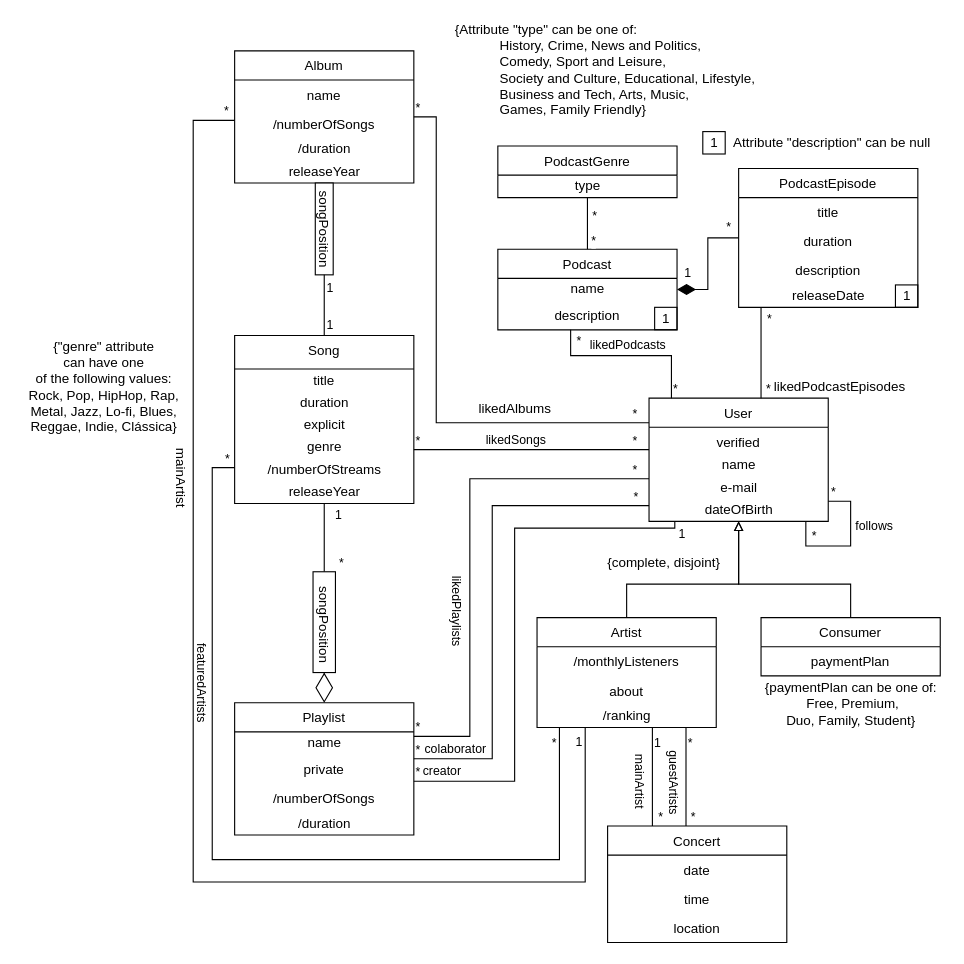
Naapperas/feup-bd keeps this draw.io diagram as page "Page-2" (2 of 2) of 1-delivery/Spotify-class-diag.drawio. Above is the earlier version. Source tidied: cells renumbered, new cells numbered last; positions are measured from the earlier drawing's top-left corner, leaving out a move shared by most shapes. Both pictures are drawn from the tidied source at 112%, with x=0, y=0 at pixel (19, 19).
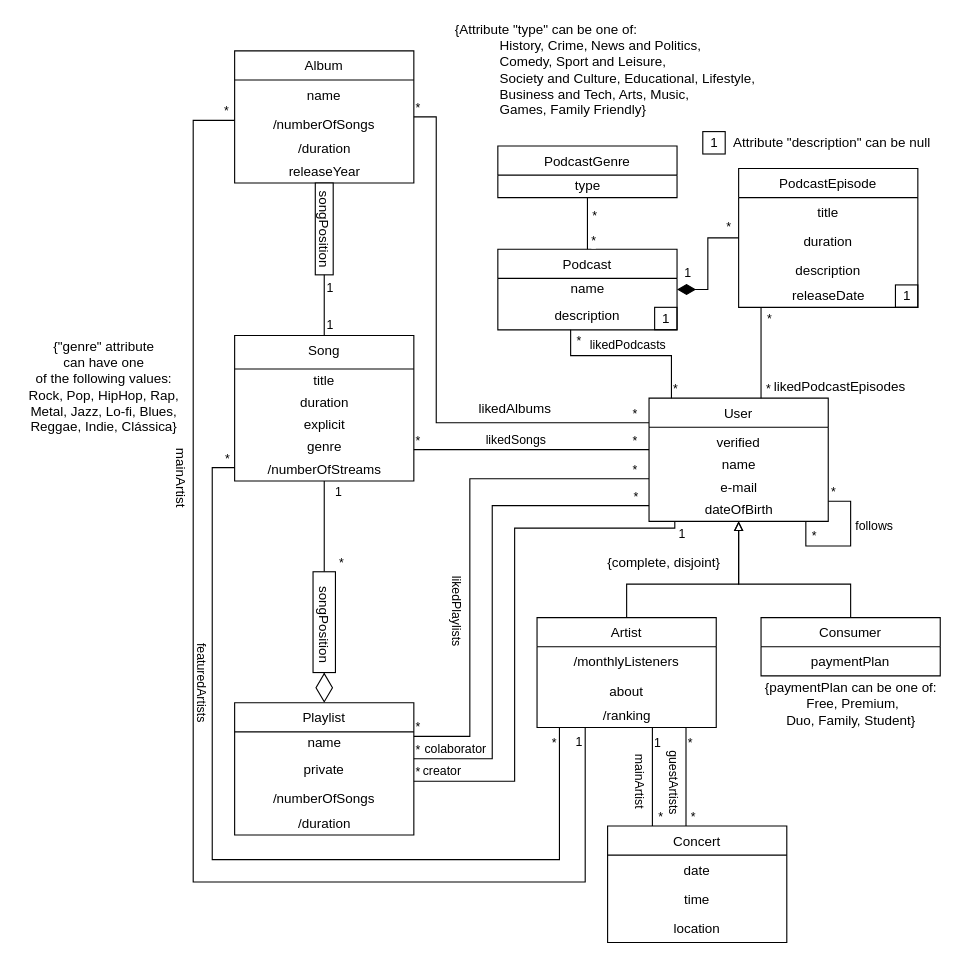
The same diagram, later.

Change to the diagram source:
```diff
@@
     <mxCell id="2" value="Song" style="swimlane;fontStyle=0;align=center;verticalAlign=top;horizontal=1;startSize=30;rounded=0;shadow=0;strokeWidth=1;" parent="1" vertex="1">
-      <mxGeometry x="192" y="282" width="160" height="150" as="geometry" />
+      <mxGeometry x="192" y="282" width="160" height="130" as="geometry" />
     </mxCell>
@@
-    <mxCell id="8" value="releaseYear" style="text;html=1;align=center;verticalAlign=middle;strokeColor=none;fillColor=none;" parent="2" vertex="1">
-      <mxGeometry y="130" width="160" height="20" as="geometry" />
-    </mxCell>
```
